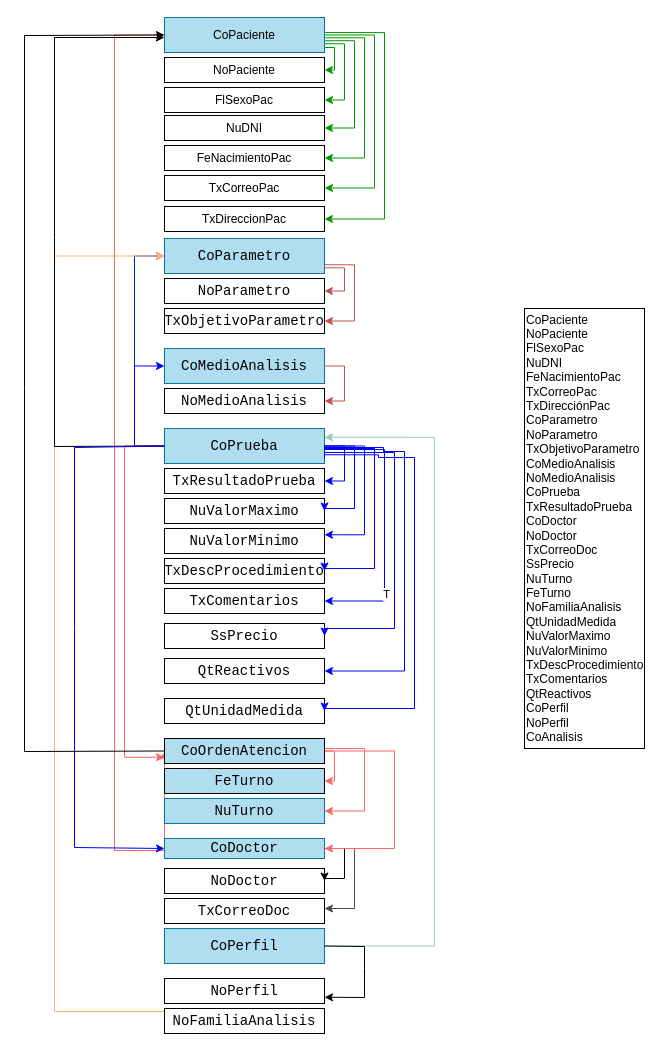
This is page "Diagrama Funcional" (1 of 2) of Untitled Diagram.drawio from hrojasutani/test, a draw.io file, before an edit. Source tidied: cells renumbered, new cells numbered last; positions are measured from the earlier drawing's top-left corner, leaving out a move shared by most shapes. Both pictures are drawn from the tidied source at 100%, with x=0, y=0 at pixel (24, 17).
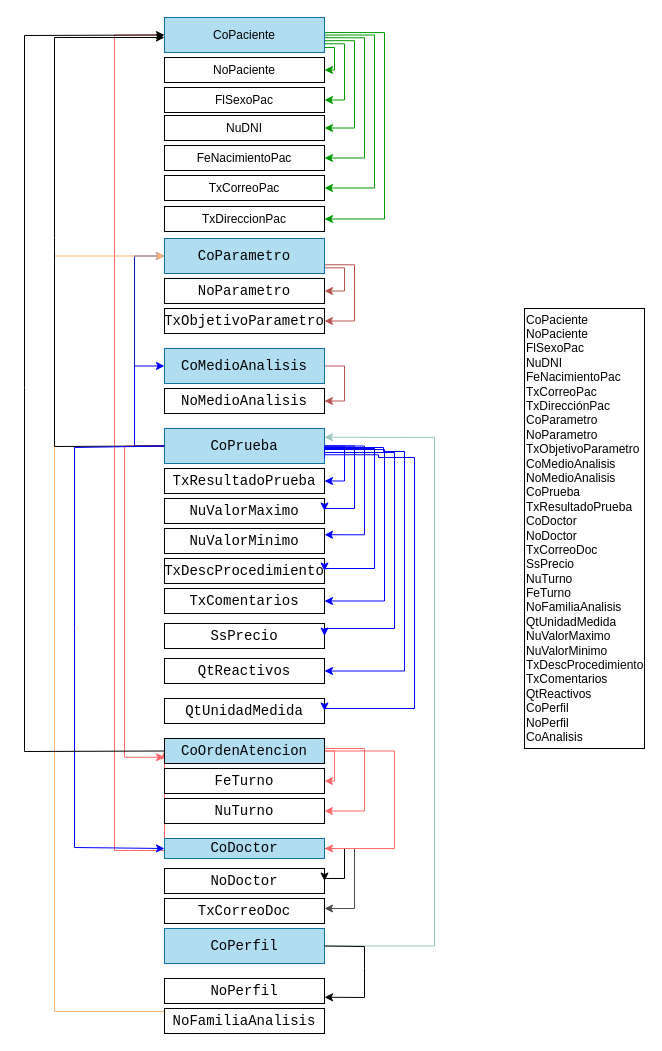
The same page after the edit.

Unchanged cells that the change refers to:
```xml
<mxCell id="52" style="edgeStyle=orthogonalEdgeStyle;rounded=0;jettySize=auto;html=1;entryX=1;entryY=0.5;entryDx=0;entryDy=0;fillColor=#f8cecc;strokeColor=#0000FF;exitX=1;exitY=0.5;exitDx=0;exitDy=0;" parent="1" edge="1" source="29" target="47">
  <mxGeometry relative="1" as="geometry">
    <Array as="points">
      <mxPoint x="300" y="432" />
      <mxPoint x="360" y="432" />
      <mxPoint x="360" y="584" />
    </Array>
  </mxGeometry>
</mxCell>
```

Change to the diagram source:
```diff
@@
-    <mxCell id="36" value="&lt;div style=&quot;font-family: Consolas, &amp;quot;Courier New&amp;quot;, monospace; font-size: 14px; line-height: 19px;&quot;&gt;&lt;div&gt;&lt;span style=&quot;&quot;&gt;NuTurno&lt;/span&gt;&lt;/div&gt;&lt;/div&gt;" style="text;whiteSpace=wrap;html=1;verticalAlign=middle;align=center;labelBackgroundColor=none;fontStyle=0;strokeColor=#10739E;fillColor=#B1DDF0;" parent="1" vertex="1">
+    <mxCell id="36" value="&lt;div style=&quot;font-family: Consolas, &amp;quot;Courier New&amp;quot;, monospace; font-size: 14px; line-height: 19px;&quot;&gt;&lt;div&gt;&lt;span style=&quot;&quot;&gt;NuTurno&lt;/span&gt;&lt;/div&gt;&lt;/div&gt;" style="text;whiteSpace=wrap;html=1;verticalAlign=middle;align=center;labelBackgroundColor=none;fontStyle=0;strokeColor=default;" parent="1" vertex="1">
       <mxGeometry x="140" y="781" width="160" height="25" as="geometry" />
     </mxCell>
-    <mxCell id="37" value="&lt;div style=&quot;font-family: Consolas, &amp;quot;Courier New&amp;quot;, monospace; font-size: 14px; line-height: 19px;&quot;&gt;&lt;div&gt;&lt;span style=&quot;&quot;&gt;FeTurno&lt;/span&gt;&lt;/div&gt;&lt;/div&gt;" style="text;whiteSpace=wrap;html=1;verticalAlign=middle;align=center;fontColor=default;labelBackgroundColor=none;fontStyle=0;strokeColor=default;fillColor=#B1DDF0;" parent="1" vertex="1">
+    <mxCell id="37" value="&lt;div style=&quot;font-family: Consolas, &amp;quot;Courier New&amp;quot;, monospace; font-size: 14px; line-height: 19px;&quot;&gt;&lt;div&gt;&lt;span style=&quot;&quot;&gt;FeTurno&lt;/span&gt;&lt;/div&gt;&lt;/div&gt;" style="text;whiteSpace=wrap;html=1;verticalAlign=middle;align=center;labelBackgroundColor=none;fontStyle=0;strokeColor=default;" parent="1" vertex="1">
       <mxGeometry x="140" y="751" width="160" height="25" as="geometry" />
     </mxCell>
@@
-    <mxCell id="53" value="T" style="edgeLabel;html=1;align=center;verticalAlign=middle;" parent="52" vertex="1">
-      <mxGeometry x="0.51" y="1" relative="1" as="geometry" />
-    </mxCell>
```
